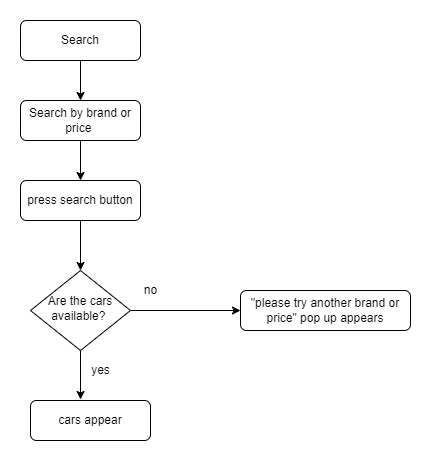
beshoysamehsamaan/Car-Purchasing-App keeps this draw.io diagram as 3- Design/Low-Level-Design/Flow Charts/search.png. Above is the earlier version. Source tidied: cells renumbered, new cells last; positions are measured from the earlier drawing's top-left corner, leaving out a move shared by most shapes.
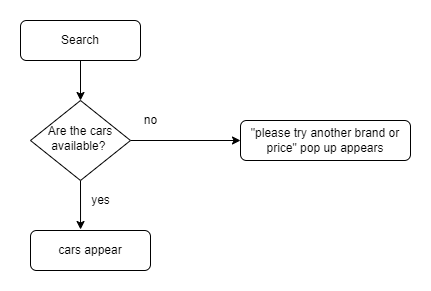
Later version of the same file.

The edit, as a diff of the source:
```diff
@@ -2,11 +2,13 @@
   <root>
     <mxCell id="0" />
     <mxCell id="1" parent="0" />
-    <mxCell id="2" style="edgeStyle=orthogonalEdgeStyle;rounded=0;jettySize=auto;html=1;exitX=0.5;exitY=1;exitDx=0;exitDy=0;" parent="1" edge="1" source="3" target="9">
-      <mxGeometry relative="1" as="geometry" />
+    <mxCell id="2" style="edgeStyle=orthogonalEdgeStyle;rounded=0;jettySize=auto;html=1;exitX=0.5;exitY=1;exitDx=0;exitDy=0;" parent="1" edge="1" source="3">
+      <mxGeometry relative="1" as="geometry">
+        <mxPoint x="60" y="250" as="targetPoint" />
+      </mxGeometry>
     </mxCell>
     <mxCell id="3" value="Search" style="rounded=1;whiteSpace=wrap;html=1;fontSize=12;glass=0;strokeWidth=1;shadow=0;" parent="1" vertex="1">
-      <mxGeometry width="120" height="40" as="geometry" />
+      <mxGeometry y="170" width="120" height="40" as="geometry" />
     </mxCell>
     <mxCell id="4" style="edgeStyle=orthogonalEdgeStyle;rounded=0;jettySize=auto;html=1;exitX=1;exitY=0.5;exitDx=0;exitDy=0;entryX=0;entryY=0.5;entryDx=0;entryDy=0;" parent="1" edge="1" source="6" target="7">
       <mxGeometry relative="1" as="geometry" />
@@ -20,18 +22,6 @@
     <mxCell id="7" value="&quot;please try another brand or price&quot; pop up appears" style="rounded=1;whiteSpace=wrap;html=1;fontSize=12;glass=0;strokeWidth=1;shadow=0;" parent="1" vertex="1">
       <mxGeometry x="220" y="270" width="170" height="40" as="geometry" />
     </mxCell>
-    <mxCell id="8" style="edgeStyle=orthogonalEdgeStyle;rounded=0;jettySize=auto;html=1;exitX=0.5;exitY=1;exitDx=0;exitDy=0;entryX=0.5;entryY=0;entryDx=0;entryDy=0;" parent="1" edge="1" source="9" target="11">
-      <mxGeometry relative="1" as="geometry" />
-    </mxCell>
-    <mxCell id="9" value="Search by brand or price&amp;nbsp;" style="rounded=1;whiteSpace=wrap;html=1;fontSize=12;glass=0;strokeWidth=1;shadow=0;" parent="1" vertex="1">
-      <mxGeometry y="80" width="120" height="40" as="geometry" />
-    </mxCell>
-    <mxCell id="10" style="edgeStyle=orthogonalEdgeStyle;rounded=0;jettySize=auto;html=1;exitX=0.5;exitY=1;exitDx=0;exitDy=0;" parent="1" edge="1" source="11" target="6">
-      <mxGeometry relative="1" as="geometry" />
-    </mxCell>
-    <mxCell id="11" value="press search button" style="rounded=1;whiteSpace=wrap;html=1;fontSize=12;glass=0;strokeWidth=1;shadow=0;" parent="1" vertex="1">
-      <mxGeometry y="160" width="120" height="40" as="geometry" />
-    </mxCell>
     <mxCell id="12" value="cars appear" style="rounded=1;whiteSpace=wrap;html=1;fontSize=12;glass=0;strokeWidth=1;shadow=0;" parent="1" vertex="1">
       <mxGeometry x="10" y="380" width="120" height="40" as="geometry" />
     </mxCell>
```
